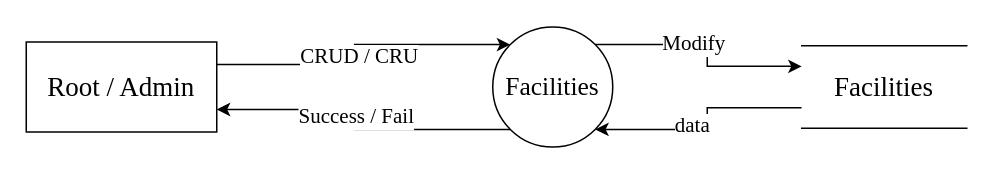
This is Documentation/diags/Diagrams/root_facilities_0.drawio from Suzuki0916/Real_Estate_Site, a draw.io file, before an edit. Source tidied: cells renumbered, new cells numbered last; positions are measured from the earlier drawing's top-left corner, leaving out a move shared by most shapes. Both pictures are drawn from the tidied source at 150%, with x=0, y=0 at pixel (26, 26).
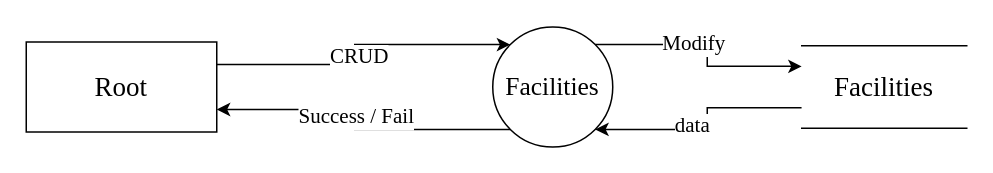
The same page after the edit.

Change to the diagram source:
```diff
@@
 <mxGraphModel>
   <root>
     <mxCell id="0" />
     <mxCell id="1" parent="0" />
     <mxCell id="2" style="edgeStyle=orthogonalEdgeStyle;rounded=0;orthogonalLoop=1;jettySize=auto;html=1;fontFamily=Times New Roman;fontSize=16;entryX=0.25;entryY=1;entryDx=0;entryDy=0;exitX=1;exitY=0;exitDx=0;exitDy=0;" parent="1" edge="1">
       <mxGeometry relative="1" as="geometry">
         <mxPoint x="557" y="38" as="targetPoint" />
       </mxGeometry>
     </mxCell>
     <mxCell id="3" style="edgeStyle=orthogonalEdgeStyle;rounded=0;orthogonalLoop=1;jettySize=auto;html=1;exitX=0.75;exitY=1;exitDx=0;exitDy=0;entryX=1;entryY=1;entryDx=0;entryDy=0;fontFamily=Times New Roman;fontSize=16;" parent="1" edge="1">
       <mxGeometry relative="1" as="geometry">
         <mxPoint x="617" y="38" as="sourcePoint" />
         <Array as="points">
           <mxPoint x="617" y="185" />
         </Array>
       </mxGeometry>
     </mxCell>
-    <mxCell id="4" value="&lt;font style=&quot;font-size: 18px&quot;&gt;Root / Admin&lt;/font&gt;" style="rounded=0;whiteSpace=wrap;html=1;fontFamily=Times New Roman;" parent="1" vertex="1">
+    <mxCell id="4" value="&lt;font style=&quot;font-size: 18px&quot;&gt;Root&lt;/font&gt;" style="rounded=0;whiteSpace=wrap;html=1;fontFamily=Times New Roman;" parent="1" vertex="1">
       <mxGeometry y="10.5" width="127" height="60" as="geometry" />
     </mxCell>
     <mxCell id="5" style="edgeStyle=orthogonalEdgeStyle;rounded=0;jettySize=auto;html=1;exitX=1;exitY=0;exitDx=0;exitDy=0;entryX=0;entryY=0.25;entryDx=0;entryDy=0;fontSize=17;elbow=vertical;fontFamily=Times New Roman;" parent="1" edge="1" source="9" target="12">
       <mxGeometry relative="1" as="geometry" />
     </mxCell>
     <mxCell id="6" value="Modify" style="edgeLabel;html=1;align=center;verticalAlign=middle;fontSize=14;fontFamily=Times New Roman;" parent="5" vertex="1">
       <mxGeometry x="-0.15" y="1" relative="1" as="geometry" />
     </mxCell>
     <mxCell id="7" style="rounded=0;jettySize=auto;html=1;exitX=0;exitY=1;exitDx=0;exitDy=0;fontSize=17;startArrow=none;startFill=0;endArrow=classic;endFill=1;entryX=1;entryY=0.75;entryDx=0;entryDy=0;edgeStyle=orthogonalEdgeStyle;fontFamily=Times New Roman;" parent="1" edge="1" source="9" target="4">
       <mxGeometry relative="1" as="geometry" />
     </mxCell>
     <mxCell id="8" value="Success / Fail" style="edgeLabel;html=1;align=center;verticalAlign=middle;fontSize=14;fontFamily=Times New Roman;" parent="7" vertex="1">
       <mxGeometry x="-0.74" y="-1" relative="1" as="geometry">
         <mxPoint x="-76" y="-7" as="offset" />
       </mxGeometry>
     </mxCell>
     <mxCell id="9" value="&lt;p&gt;&lt;span style=&quot;line-height: 1.1&quot;&gt;&lt;font style=&quot;font-size: 17px&quot;&gt;Facilities&lt;/font&gt;&lt;/span&gt;&lt;/p&gt;" style="ellipse;whiteSpace=wrap;html=1;shadow=0;sketch=0;rotation=0;fontFamily=Times New Roman;" parent="1" vertex="1">
       <mxGeometry x="311" y="0.5" width="80" height="80" as="geometry" />
     </mxCell>
     <mxCell id="10" style="edgeStyle=orthogonalEdgeStyle;rounded=0;jettySize=auto;html=1;exitX=0;exitY=0.75;exitDx=0;exitDy=0;entryX=1;entryY=1;entryDx=0;entryDy=0;fontSize=17;elbow=vertical;fontFamily=Times New Roman;" parent="1" edge="1" source="12" target="9">
       <mxGeometry relative="1" as="geometry" />
     </mxCell>
     <mxCell id="11" value="data" style="edgeLabel;html=1;align=center;verticalAlign=middle;fontSize=14;fontFamily=Times New Roman;" parent="10" vertex="1">
       <mxGeometry x="0.16" y="-2" relative="1" as="geometry" />
     </mxCell>
     <mxCell id="12" value="&lt;font style=&quot;font-size: 18px&quot;&gt;Facilities&lt;/font&gt;" style="shape=partialRectangle;whiteSpace=wrap;html=1;left=0;right=0;fillColor=default;rounded=0;shadow=0;glass=0;sketch=0;fontFamily=Times New Roman;fontSize=16;gradientColor=none;" parent="1" vertex="1">
       <mxGeometry x="517" y="13" width="110" height="55" as="geometry" />
     </mxCell>
     <mxCell id="13" style="rounded=0;jettySize=auto;html=1;entryX=0;entryY=0;entryDx=0;entryDy=0;fontSize=17;startArrow=none;startFill=0;endArrow=classic;endFill=1;exitX=1;exitY=0.25;exitDx=0;exitDy=0;edgeStyle=orthogonalEdgeStyle;fontFamily=Times New Roman;" parent="1" edge="1" source="4" target="9">
       <mxGeometry relative="1" as="geometry" />
     </mxCell>
-    <mxCell id="14" value="CRUD / CRU" style="edgeLabel;html=1;align=center;verticalAlign=middle;fontSize=14;fontFamily=Times New Roman;" parent="13" vertex="1">
+    <mxCell id="14" value="CRUD" style="edgeLabel;html=1;align=center;verticalAlign=middle;fontSize=14;fontFamily=Times New Roman;" parent="13" vertex="1">
       <mxGeometry x="0.75" relative="1" as="geometry">
         <mxPoint x="-75" y="8" as="offset" />
       </mxGeometry>
     </mxCell>
   </root>
 </mxGraphModel>
```
